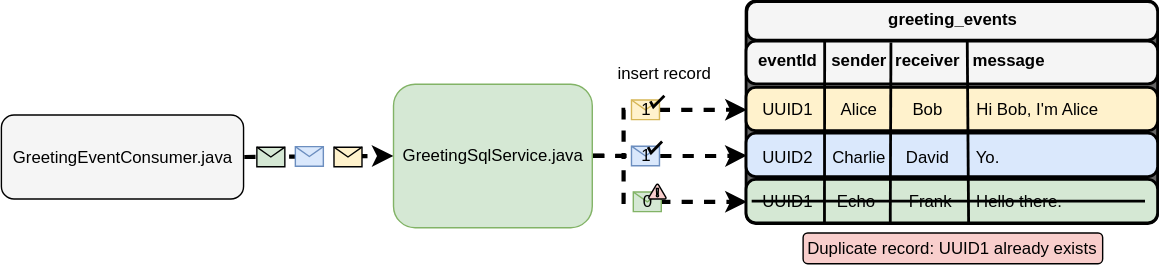
Earlier version of the draw.io export course-material/assets/module3/images/exercise1.svg (SonahLab/twitch-chat-hit-counter). Source tidied: cells renumbered, new cells last; positions are measured from the earlier drawing's top-left corner, leaving out a move shared by most shapes.
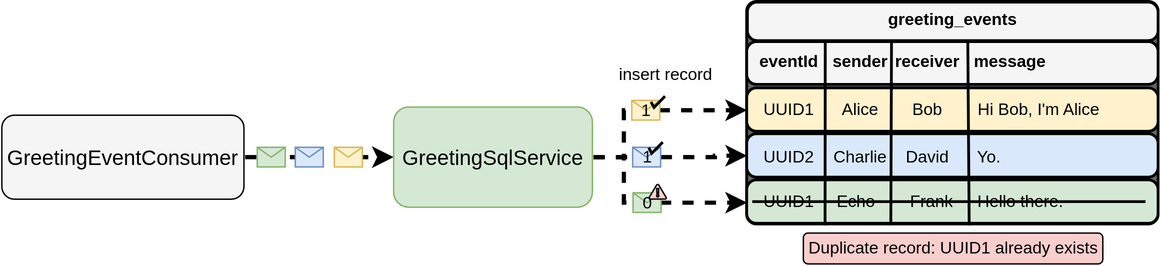
Above is the later version.

Diff of the diagram source:
```diff
@@ -2,8 +2,8 @@
   <root>
     <mxCell id="0" />
     <mxCell id="1" parent="0" />
-    <mxCell id="2" value="GreetingEventConsumer.java" style="rounded=1;whiteSpace=wrap;html=1;fillColor=#f5f5f5;fontColor=#000000;strokeColor=#000000;" parent="1" vertex="1">
-      <mxGeometry x="0.5" y="80.5" width="173" height="60" as="geometry" />
+    <mxCell id="2" value="GreetingEventConsumer" style="rounded=1;whiteSpace=wrap;html=1;fillColor=#f5f5f5;fontColor=#000000;strokeColor=#000000;fontSize=15;" parent="1" vertex="1">
+      <mxGeometry x="3934" y="1245" width="173" height="60" as="geometry" />
     </mxCell>
     <mxCell id="3" style="endArrow=classic;html=1;rounded=0;fontColor=#000000;strokeColor=#000000;strokeWidth=3;flowAnimation=1;exitX=1;exitY=0.5;exitDx=0;exitDy=0;entryX=0;entryY=0.5;entryDx=0;entryDy=0;" parent="1" edge="1" source="2" target="5">
       <mxGeometry relative="1" as="geometry" />
@@ -13,118 +13,118 @@
         <mxPoint x="-17" y="-7" as="offset" />
       </mxGeometry>
     </mxCell>
-    <mxCell id="5" value="GreetingSqlService.java" style="rounded=1;whiteSpace=wrap;html=1;fillColor=#d5e8d4;strokeColor=#82b366;" parent="1" vertex="1">
-      <mxGeometry x="280.6" y="58.5" width="142" height="102.5" as="geometry" />
+    <mxCell id="5" value="GreetingSqlService" style="rounded=1;whiteSpace=wrap;html=1;fillColor=#d5e8d4;strokeColor=#82b366;fontSize=15;" parent="1" vertex="1">
+      <mxGeometry x="4214" y="1239.2" width="142" height="71.5" as="geometry" />
     </mxCell>
-    <mxCell id="6" style="shape=message;html=1;fillColor=#fff2cc;strokeColor=#000000;fontColor=#000000;" parent="1" vertex="1">
-      <mxGeometry x="238.1" y="103.5" width="20" height="14" as="geometry" />
+    <mxCell id="6" style="shape=message;html=1;fillColor=#fff2cc;strokeColor=#d6b656;" parent="1" vertex="1">
+      <mxGeometry x="4171.6" y="1268" width="20" height="14" as="geometry" />
     </mxCell>
-    <mxCell id="7" style="shape=message;html=1;fillColor=#d5e8d4;strokeColor=#000000;fontColor=#000000;" parent="1" vertex="1">
-      <mxGeometry x="183" y="103.5" width="20" height="14" as="geometry" />
+    <mxCell id="7" style="shape=message;html=1;fillColor=#d5e8d4;strokeColor=#82b366;" parent="1" vertex="1">
+      <mxGeometry x="4116.5" y="1268" width="20" height="14" as="geometry" />
     </mxCell>
     <mxCell id="8" style="rounded=1;whiteSpace=wrap;html=1;absoluteArcSize=1;arcSize=14;strokeWidth=2;fillColor=light-dark(#666666, #ededed);strokeColor=#000000;fontColor=#000000;" parent="1" vertex="1">
-      <mxGeometry x="533" y="-0.5" width="294" height="159" as="geometry" />
+      <mxGeometry x="4466.5" y="1164" width="294" height="159" as="geometry" />
     </mxCell>
     <mxCell id="9" style="rounded=1;whiteSpace=wrap;html=1;absoluteArcSize=1;arcSize=14;strokeWidth=2;fillColor=#fff2cc;strokeColor=#000000;fontColor=#000000;" parent="1" vertex="1">
-      <mxGeometry x="533" y="61.2" width="294" height="31" as="geometry" />
+      <mxGeometry x="4466.5" y="1225.8" width="294" height="31" as="geometry" />
     </mxCell>
     <mxCell id="10" value="UUID1" style="text;html=1;align=center;verticalAlign=middle;whiteSpace=wrap;rounded=0;fontColor=#000000;strokeColor=none;" parent="1" vertex="1">
-      <mxGeometry x="537" y="67" width="51" height="19.5" as="geometry" />
+      <mxGeometry x="4470.5" y="1231.5" width="51" height="19.5" as="geometry" />
     </mxCell>
     <mxCell id="11" value="Alice" style="text;html=1;align=center;verticalAlign=middle;whiteSpace=wrap;rounded=0;fontColor=#000000;strokeColor=none;" parent="1" vertex="1">
-      <mxGeometry x="588" y="67" width="51" height="19.5" as="geometry" />
+      <mxGeometry x="4521.5" y="1231.5" width="51" height="19.5" as="geometry" />
     </mxCell>
     <mxCell id="12" value="Bob" style="text;html=1;align=center;verticalAlign=middle;whiteSpace=wrap;rounded=0;fontColor=#000000;strokeColor=none;" parent="1" vertex="1">
-      <mxGeometry x="636.5" y="67" width="51" height="19.5" as="geometry" />
+      <mxGeometry x="4570" y="1231.5" width="51" height="19.5" as="geometry" />
     </mxCell>
     <mxCell id="13" value="Hi Bob, I'm Alice" style="text;html=1;align=center;verticalAlign=middle;whiteSpace=wrap;rounded=0;fontColor=#000000;strokeColor=none;" parent="1" vertex="1">
-      <mxGeometry x="696" y="67" width="90" height="19.5" as="geometry" />
+      <mxGeometry x="4629.5" y="1231.5" width="90" height="19.5" as="geometry" />
     </mxCell>
     <mxCell id="14" style="rounded=1;whiteSpace=wrap;html=1;absoluteArcSize=1;arcSize=14;strokeWidth=2;fillColor=#dae8fc;strokeColor=#000000;fontColor=#000000;" parent="1" vertex="1">
-      <mxGeometry x="533" y="94" width="294" height="31" as="geometry" />
+      <mxGeometry x="4466.5" y="1258.5" width="294" height="31" as="geometry" />
     </mxCell>
     <mxCell id="15" style="rounded=1;whiteSpace=wrap;html=1;absoluteArcSize=1;arcSize=14;strokeWidth=2;fillColor=#f5f5f5;fontColor=#000000;strokeColor=#000000;" parent="1" vertex="1">
-      <mxGeometry x="533.5" width="293.5" height="27.5" as="geometry" />
+      <mxGeometry x="4467" y="1164.5" width="293.5" height="27.5" as="geometry" />
     </mxCell>
     <mxCell id="16" value="&lt;b&gt;greeting_events&lt;/b&gt;" style="text;html=1;align=center;verticalAlign=middle;whiteSpace=wrap;rounded=0;fontColor=#000000;strokeColor=none;" parent="1" vertex="1">
-      <mxGeometry x="633.5" y="3" width="93" height="19.5" as="geometry" />
+      <mxGeometry x="4567" y="1167.5" width="93" height="19.5" as="geometry" />
     </mxCell>
     <mxCell id="17" value="UUID2" style="text;html=1;align=center;verticalAlign=middle;whiteSpace=wrap;rounded=0;fontColor=#000000;strokeColor=none;" parent="1" vertex="1">
-      <mxGeometry x="537" y="100.8" width="51" height="19.5" as="geometry" />
+      <mxGeometry x="4470.5" y="1265.2" width="51" height="19.5" as="geometry" />
     </mxCell>
     <mxCell id="18" value="Charlie" style="text;html=1;align=center;verticalAlign=middle;whiteSpace=wrap;rounded=0;fontColor=#000000;strokeColor=none;" parent="1" vertex="1">
-      <mxGeometry x="588" y="100.8" width="51" height="19.5" as="geometry" />
+      <mxGeometry x="4521.5" y="1265.2" width="51" height="19.5" as="geometry" />
     </mxCell>
     <mxCell id="19" value="David" style="text;html=1;align=center;verticalAlign=middle;whiteSpace=wrap;rounded=0;fontColor=#000000;strokeColor=none;" parent="1" vertex="1">
-      <mxGeometry x="636.5" y="100.8" width="51" height="19.5" as="geometry" />
+      <mxGeometry x="4570" y="1265.2" width="51" height="19.5" as="geometry" />
     </mxCell>
     <mxCell id="20" value="Yo." style="text;html=1;align=center;verticalAlign=middle;whiteSpace=wrap;rounded=0;fontColor=#000000;strokeColor=none;" parent="1" vertex="1">
-      <mxGeometry x="696" y="100.8" width="19" height="19.5" as="geometry" />
+      <mxGeometry x="4629.5" y="1265.2" width="19" height="19.5" as="geometry" />
     </mxCell>
     <mxCell id="21" style="rounded=1;whiteSpace=wrap;html=1;absoluteArcSize=1;arcSize=14;strokeWidth=2;fillColor=#f5f5f5;fontColor=#000000;strokeColor=#000000;" parent="1" vertex="1">
-      <mxGeometry x="533" y="28.2" width="294" height="30.5" as="geometry" />
+      <mxGeometry x="4466.5" y="1192.8" width="294" height="30.5" as="geometry" />
     </mxCell>
     <mxCell id="22" value="&lt;b&gt;eventId&lt;/b&gt;" style="text;html=1;align=center;verticalAlign=middle;whiteSpace=wrap;rounded=0;fontColor=#000000;strokeColor=none;" parent="1" vertex="1">
-      <mxGeometry x="537" y="32.2" width="51" height="19.5" as="geometry" />
+      <mxGeometry x="4470.5" y="1196.8" width="51" height="19.5" as="geometry" />
     </mxCell>
     <mxCell id="23" value="&lt;b&gt;sender&lt;/b&gt;" style="text;html=1;align=center;verticalAlign=middle;whiteSpace=wrap;rounded=0;fontColor=#000000;strokeColor=none;" parent="1" vertex="1">
-      <mxGeometry x="588" y="32.2" width="51" height="19.5" as="geometry" />
+      <mxGeometry x="4521.5" y="1196.8" width="51" height="19.5" as="geometry" />
     </mxCell>
     <mxCell id="24" value="&lt;b&gt;receiver&lt;/b&gt;" style="text;html=1;align=center;verticalAlign=middle;whiteSpace=wrap;rounded=0;fontColor=#000000;strokeColor=none;" parent="1" vertex="1">
-      <mxGeometry x="636.5" y="32.2" width="51" height="19.5" as="geometry" />
+      <mxGeometry x="4570" y="1196.8" width="51" height="19.5" as="geometry" />
     </mxCell>
     <mxCell id="25" value="&lt;b&gt;message&lt;/b&gt;" style="text;html=1;align=center;verticalAlign=middle;whiteSpace=wrap;rounded=0;fontColor=#000000;strokeColor=none;" parent="1" vertex="1">
-      <mxGeometry x="695" y="32.2" width="51" height="19.5" as="geometry" />
+      <mxGeometry x="4628.5" y="1196.8" width="51" height="19.5" as="geometry" />
     </mxCell>
     <mxCell id="26" style="rounded=1;whiteSpace=wrap;html=1;absoluteArcSize=1;arcSize=14;strokeWidth=2;fillColor=#d5e8d4;strokeColor=#000000;fontColor=#000000;" parent="1" vertex="1">
-      <mxGeometry x="533" y="127" width="294" height="31" as="geometry" />
+      <mxGeometry x="4466.5" y="1291.5" width="294" height="31" as="geometry" />
     </mxCell>
     <mxCell id="27" style="endArrow=none;html=1;rounded=0;entryX=0.191;entryY=0.017;entryDx=0;entryDy=0;entryPerimeter=0;strokeColor=#000000;strokeWidth=2;fontColor=#000000;" parent="1" edge="1" target="21">
       <mxGeometry relative="1" as="geometry">
-        <mxPoint x="589" y="159.5" as="sourcePoint" />
+        <mxPoint x="4522.5" y="1324" as="sourcePoint" />
       </mxGeometry>
     </mxCell>
     <mxCell id="28" style="endArrow=none;html=1;rounded=0;entryX=0.191;entryY=0.017;entryDx=0;entryDy=0;entryPerimeter=0;strokeColor=#000000;strokeWidth=2;fontColor=#000000;" parent="1" edge="1">
       <mxGeometry relative="1" as="geometry">
-        <mxPoint x="636" y="159.5" as="sourcePoint" />
-        <mxPoint x="636.5" y="29.2" as="targetPoint" />
+        <mxPoint x="4569.5" y="1324" as="sourcePoint" />
+        <mxPoint x="4570" y="1193.8" as="targetPoint" />
       </mxGeometry>
     </mxCell>
     <mxCell id="29" style="endArrow=none;html=1;rounded=0;entryX=0.191;entryY=0.017;entryDx=0;entryDy=0;entryPerimeter=0;strokeColor=#000000;strokeWidth=2;fontColor=#000000;" parent="1" edge="1">
       <mxGeometry relative="1" as="geometry">
-        <mxPoint x="692" y="159.5" as="sourcePoint" />
-        <mxPoint x="691" y="27" as="targetPoint" />
+        <mxPoint x="4625.5" y="1324" as="sourcePoint" />
+        <mxPoint x="4624.5" y="1191.5" as="targetPoint" />
       </mxGeometry>
     </mxCell>
     <mxCell id="30" value="UUID1" style="text;html=1;align=center;verticalAlign=middle;whiteSpace=wrap;rounded=0;fontColor=#000000;strokeColor=none;" parent="1" vertex="1">
-      <mxGeometry x="537" y="132.8" width="51" height="19.5" as="geometry" />
+      <mxGeometry x="4470.5" y="1297.2" width="51" height="19.5" as="geometry" />
     </mxCell>
     <mxCell id="31" value="Echo" style="text;html=1;align=center;verticalAlign=middle;whiteSpace=wrap;rounded=0;fontColor=#000000;strokeColor=none;" parent="1" vertex="1">
-      <mxGeometry x="585.5" y="132.8" width="51" height="19.5" as="geometry" />
+      <mxGeometry x="4519" y="1297.2" width="51" height="19.5" as="geometry" />
     </mxCell>
     <mxCell id="32" value="Frank" style="text;html=1;align=center;verticalAlign=middle;whiteSpace=wrap;rounded=0;fontColor=#000000;strokeColor=none;" parent="1" vertex="1">
-      <mxGeometry x="639" y="132.8" width="51" height="19.5" as="geometry" />
+      <mxGeometry x="4572.5" y="1297.2" width="51" height="19.5" as="geometry" />
     </mxCell>
     <mxCell id="33" value="Hello there." style="text;html=1;align=center;verticalAlign=middle;whiteSpace=wrap;rounded=0;fontColor=#000000;strokeColor=none;" parent="1" vertex="1">
-      <mxGeometry x="696" y="132.8" width="64" height="19.5" as="geometry" />
+      <mxGeometry x="4629.5" y="1297.2" width="64" height="19.5" as="geometry" />
     </mxCell>
     <mxCell id="34" style="endArrow=none;html=1;rounded=0;strokeWidth=2;fillColor=#f8cecc;strokeColor=#000000;exitX=0;exitY=0.5;exitDx=0;exitDy=0;fontColor=#000000;" parent="1" edge="1" source="30">
       <mxGeometry relative="1" as="geometry">
-        <mxPoint x="818" y="142.5" as="targetPoint" />
+        <mxPoint x="4751.5" y="1307" as="targetPoint" />
       </mxGeometry>
     </mxCell>
     <mxCell id="35" value="&lt;font style=&quot;&quot;&gt;insert record&lt;/font&gt;" style="text;html=1;align=center;verticalAlign=middle;whiteSpace=wrap;rounded=0;fontColor=#000000;strokeColor=none;" parent="1" vertex="1">
-      <mxGeometry x="439" y="43.8" width="71" height="14.8" as="geometry" />
+      <mxGeometry x="4372.5" y="1208.2" width="71" height="14.8" as="geometry" />
     </mxCell>
     <mxCell id="36" value="Duplicate record: UUID1 already exists" style="rounded=1;whiteSpace=wrap;html=1;fillColor=#f8cecc;strokeColor=#000000;fontColor=#000000;" parent="1" vertex="1">
-      <mxGeometry x="573.2" y="164.8" width="214" height="22" as="geometry" />
+      <mxGeometry x="4506.8" y="1329.2" width="214" height="22" as="geometry" />
     </mxCell>
     <mxCell id="37" style="endArrow=classic;html=1;rounded=0;strokeColor=#000000;exitX=1;exitY=0.5;exitDx=0;exitDy=0;flowAnimation=1;edgeStyle=orthogonalEdgeStyle;strokeWidth=3;entryX=0;entryY=0.5;entryDx=0;entryDy=0;fontColor=#000000;" parent="1" edge="1" source="5" target="9">
       <mxGeometry relative="1" as="geometry">
         <Array as="points">
-          <mxPoint x="445" y="110" />
-          <mxPoint x="445" y="77" />
-          <mxPoint x="533" y="77" />
+          <mxPoint x="4378.5" y="1274.5" />
+          <mxPoint x="4378.5" y="1241.5" />
+          <mxPoint x="4466.5" y="1241.5" />
         </Array>
       </mxGeometry>
     </mxCell>
@@ -134,13 +134,13 @@
       </mxGeometry>
     </mxCell>
     <mxCell id="39" style="html=1;verticalLabelPosition=bottom;labelBackgroundColor=#ffffff;verticalAlign=top;shadow=0;dashed=0;strokeWidth=2;shape=mxgraph.ios7.misc.check;strokeColor=#000000;fillColor=#d5e8d4;rotation=0;fontColor=#000000;" parent="1" vertex="1">
-      <mxGeometry x="464.6" y="67.2" width="10" height="8" as="geometry" />
+      <mxGeometry x="4398.1" y="1231.8" width="10" height="8" as="geometry" />
     </mxCell>
     <mxCell id="40" style="endArrow=classic;html=1;rounded=0;strokeColor=#000000;exitX=1;exitY=0.5;exitDx=0;exitDy=0;flowAnimation=1;edgeStyle=orthogonalEdgeStyle;strokeWidth=3;entryX=0;entryY=0.5;entryDx=0;entryDy=0;fontColor=#000000;" parent="1" edge="1" source="5" target="14">
       <mxGeometry relative="1" as="geometry">
         <Array as="points">
-          <mxPoint x="510" y="110" />
-          <mxPoint x="533" y="110" />
+          <mxPoint x="4443.5" y="1274.5" />
+          <mxPoint x="4466.5" y="1274.5" />
         </Array>
       </mxGeometry>
     </mxCell>
@@ -150,14 +150,14 @@
       </mxGeometry>
     </mxCell>
     <mxCell id="42" style="html=1;verticalLabelPosition=bottom;labelBackgroundColor=#ffffff;verticalAlign=top;shadow=0;dashed=0;strokeWidth=2;shape=mxgraph.ios7.misc.check;strokeColor=#000000;fillColor=#d5e8d4;rotation=0;fontColor=#000000;" parent="1" vertex="1">
-      <mxGeometry x="463" y="100" width="10" height="8" as="geometry" />
+      <mxGeometry x="4396.5" y="1264.5" width="10" height="8" as="geometry" />
     </mxCell>
     <mxCell id="43" style="endArrow=classic;html=1;rounded=0;strokeColor=#000000;exitX=1;exitY=0.5;exitDx=0;exitDy=0;flowAnimation=1;edgeStyle=orthogonalEdgeStyle;strokeWidth=3;entryX=0;entryY=0.5;entryDx=0;entryDy=0;fontColor=#000000;" parent="1" edge="1" source="5" target="26">
       <mxGeometry relative="1" as="geometry">
         <Array as="points">
-          <mxPoint x="445" y="110" />
-          <mxPoint x="445" y="143" />
-          <mxPoint x="533" y="143" />
+          <mxPoint x="4378.5" y="1274.5" />
+          <mxPoint x="4378.5" y="1307.5" />
+          <mxPoint x="4466.5" y="1307.5" />
         </Array>
       </mxGeometry>
     </mxCell>
@@ -167,7 +167,7 @@
       </mxGeometry>
     </mxCell>
     <mxCell id="45" style="verticalLabelPosition=bottom;html=1;verticalAlign=top;align=center;strokeColor=#000000;fillColor=#f8cecc;shape=mxgraph.azure.azure_alert;fontColor=#000000;" parent="1" vertex="1">
-      <mxGeometry x="463" y="130" width="12.3" height="10.5" as="geometry" />
+      <mxGeometry x="4396.5" y="1294.5" width="12.3" height="10.5" as="geometry" />
     </mxCell>
   </root>
 </mxGraphModel>
```
